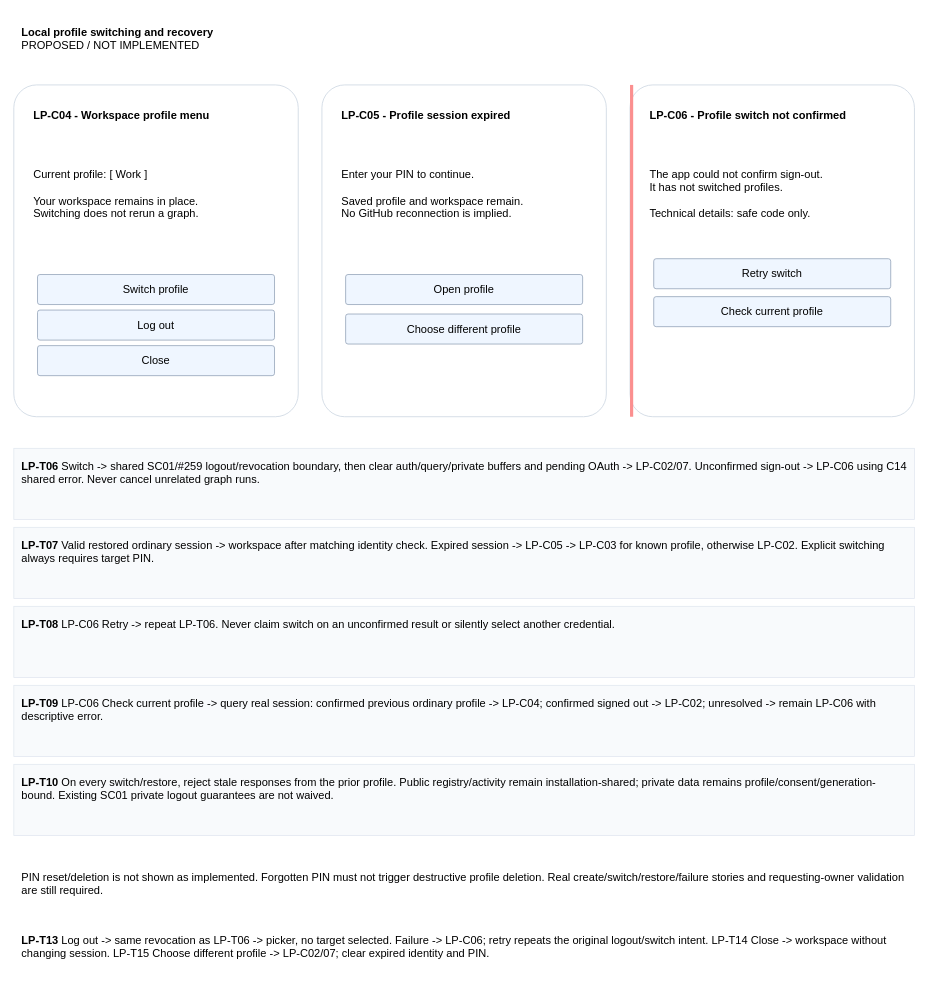
amadou-6e/specs keeps this draw.io diagram as page "Switching and session recovery" (2 of 2) of projects/laomedo/subsystems/agent-execution/design/local-profiles.drawio. Above is the earlier version. Source tidied: cells renumbered, new cells numbered last; positions are measured from the earlier drawing's top-left corner, leaving out a move shared by most shapes. Both pictures are drawn from the tidied source at 79%, with x=0, y=0 at pixel (13, 13).
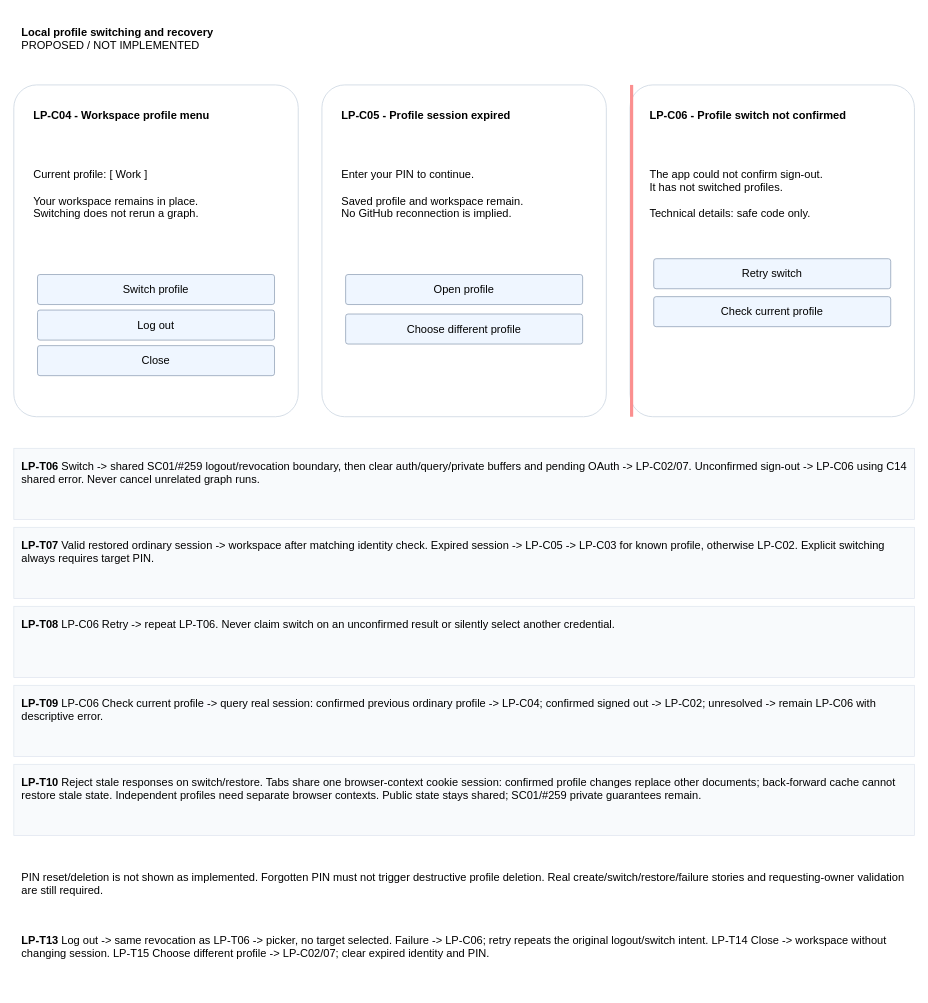
The same page after the edit.

Commit message (it also covers changes not shown here):
Define shared browser context profile transitions

Change to the diagram source:
```diff
@@
-    <mxCell id="21" value="&lt;b&gt;LP-T10&lt;/b&gt; On every switch/restore, reject stale responses from the prior profile. Public registry/activity remain installation-shared; private data remains profile/consent/generation-bound. Existing SC01 private logout guarantees are not waived." style="whiteSpace=wrap;html=1;fontFamily=Arial;fontSize=14;align=left;verticalAlign=top;spacing=10;fillColor=#F8FAFC;strokeColor=#E2E8F0;" parent="1" vertex="1">
+    <mxCell id="21" value="&lt;b&gt;LP-T10&lt;/b&gt; Reject stale responses on switch/restore. Tabs share one browser-context cookie session: confirmed profile changes replace other documents; back-forward cache cannot restore stale state. Independent profiles need separate browser contexts. Public state stays shared; SC01/#259 private guarantees remain." style="whiteSpace=wrap;html=1;fontFamily=Arial;fontSize=14;align=left;verticalAlign=top;spacing=10;fillColor=#F8FAFC;strokeColor=#E2E8F0;" parent="1" vertex="1">
       <mxGeometry y="950" width="1140" height="90" as="geometry" />
     </mxCell>
```
